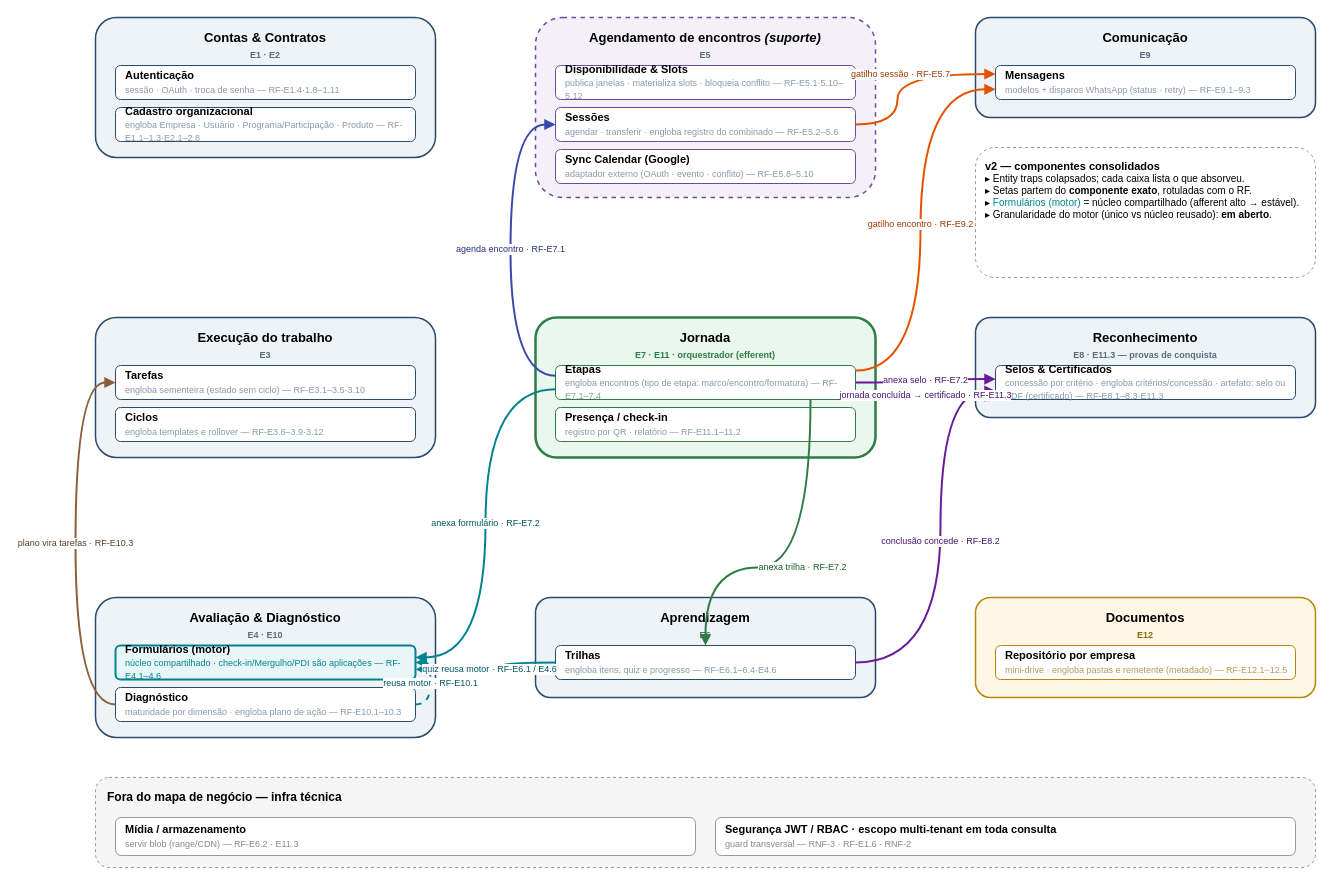
Above: docs/app-nuree/arquitetura/componentes-v2.drawio in nureeNegocios/docs (draw.io), before the change. Source tidied: cells renumbered, new cells numbered last; positions are measured from the earlier drawing's top-left corner, leaving out a move shared by most shapes. Both pictures are drawn from the tidied source at 100%, with x=0, y=0 at pixel (75, 17).
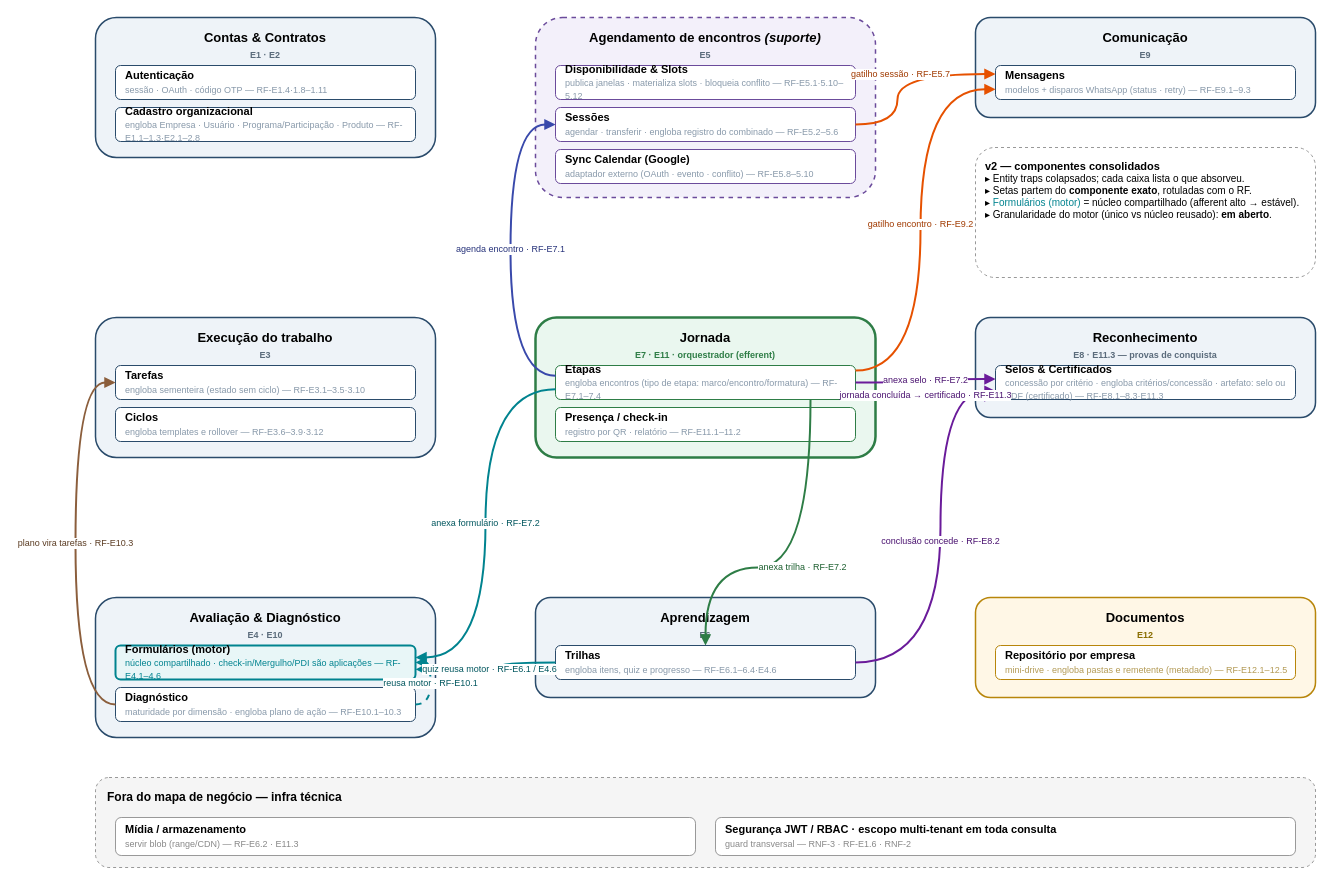
Above is the later version.

The change refers to these unchanged cells:
```xml
<mxCell id="2" value="&lt;b&gt;Contas &amp;amp; Contratos&lt;/b&gt;&lt;br&gt;&lt;font style='font-size:9px;color:#5A6B7B;'&gt;E1 · E2&lt;/font&gt;" style="rounded=1;whiteSpace=wrap;html=1;verticalAlign=top;align=center;fontSize=13;fontStyle=1;spacingTop=6;fillColor=#EEF3F8;strokeColor=#2A4B6B;strokeWidth=1.5;" parent="1" vertex="1">
  <mxGeometry x="20" width="340" height="140" as="geometry" />
</mxCell>
```

Diff of the diagram source:
```diff
@@
-    <mxCell id="3" value="&lt;b&gt;Autenticação&lt;/b&gt;&lt;br&gt;&lt;font style='font-size:9px;color:#8899AA;'&gt;sessão · OAuth · troca de senha — RF-E1.4·1.8–1.11&lt;/font&gt;" style="rounded=1;whiteSpace=wrap;html=1;fillColor=#FFFFFF;strokeColor=#2A4B6B;fontSize=11;align=left;spacingLeft=8;verticalAlign=middle;" parent="2" vertex="1">
+    <mxCell id="3" value="&lt;b&gt;Autenticação&lt;/b&gt;&lt;br&gt;&lt;font style='font-size:9px;color:#8899AA;'&gt;sessão · OAuth · código OTP — RF-E1.4·1.8–1.11&lt;/font&gt;" style="rounded=1;whiteSpace=wrap;html=1;fillColor=#FFFFFF;strokeColor=#2A4B6B;fontSize=11;align=left;spacingLeft=8;verticalAlign=middle;" parent="2" vertex="1">
       <mxGeometry x="20" y="48" width="300" height="34" as="geometry" />
     </mxCell>
```
